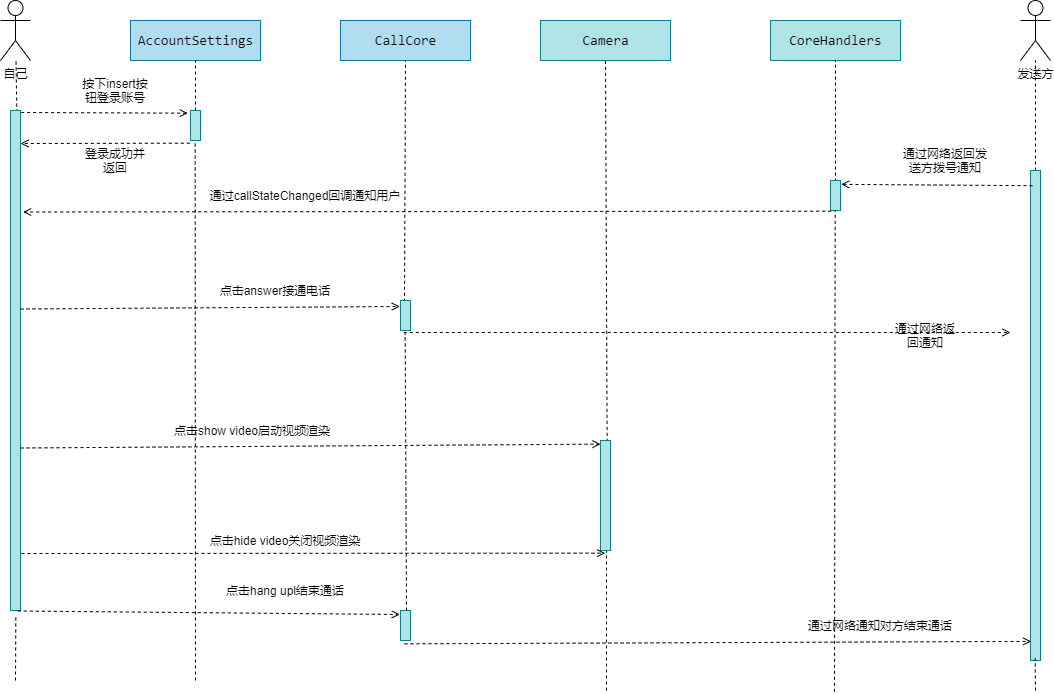
Earlier version of the draw.io export doc/call-in-uml.drawio.png (ZhongHuaRong/LinPhone-Qt-Demo). Source tidied: cells renumbered, new cells last; positions are measured from the earlier drawing's top-left corner, leaving out a move shared by most shapes.
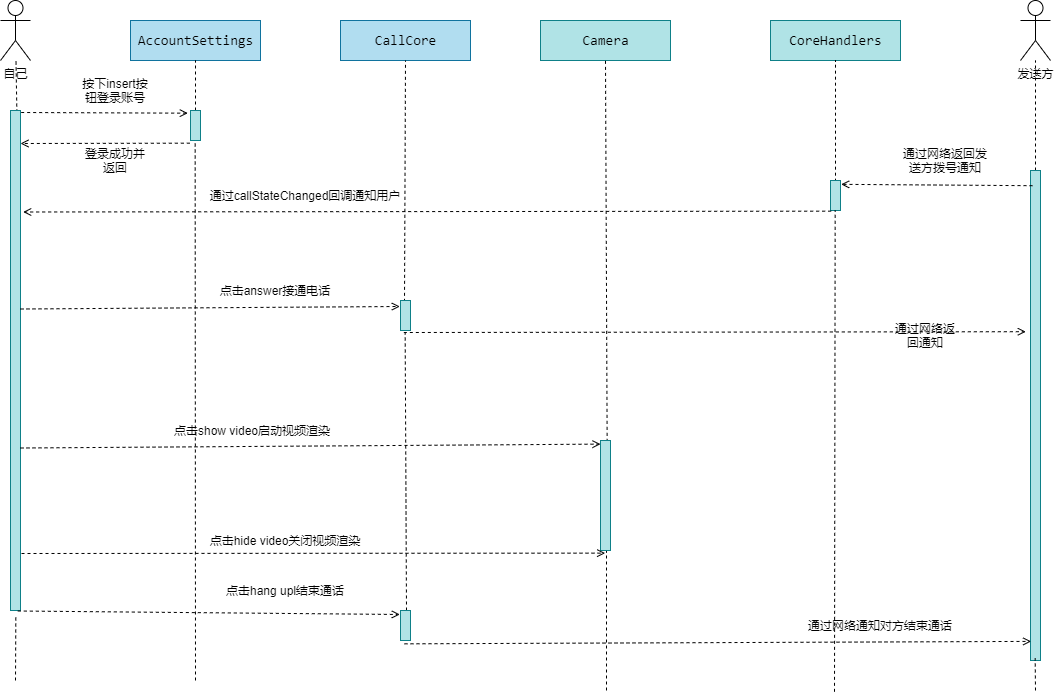
Later version of the same file.

Diff of the diagram source:
```diff
@@ -148,10 +148,8 @@
     <mxCell id="45" value="点击answer接通电话" style="text;html=1;strokeColor=none;fillColor=none;align=center;verticalAlign=middle;whiteSpace=wrap;rounded=0;dashed=0;" parent="1" vertex="1">
       <mxGeometry x="170" y="280" width="210" height="20" as="geometry" />
     </mxCell>
-    <mxCell id="46" style="html=1;verticalAlign=bottom;labelBackgroundColor=none;endArrow=open;endFill=0;dashed=1;exitX=0.333;exitY=1.067;exitDx=0;exitDy=0;exitPerimeter=0;" parent="1" edge="1" source="23">
-      <mxGeometry relative="1" as="geometry">
-        <mxPoint x="1010" y="332" as="targetPoint" />
-      </mxGeometry>
+    <mxCell id="46" style="html=1;verticalAlign=bottom;labelBackgroundColor=none;endArrow=open;endFill=0;dashed=1;exitX=0.333;exitY=1.067;exitDx=0;exitDy=0;exitPerimeter=0;entryX=-0.467;entryY=0.329;entryDx=0;entryDy=0;entryPerimeter=0;" parent="1" edge="1" source="23" target="24">
+      <mxGeometry relative="1" as="geometry" />
     </mxCell>
   </root>
 </mxGraphModel>
```
